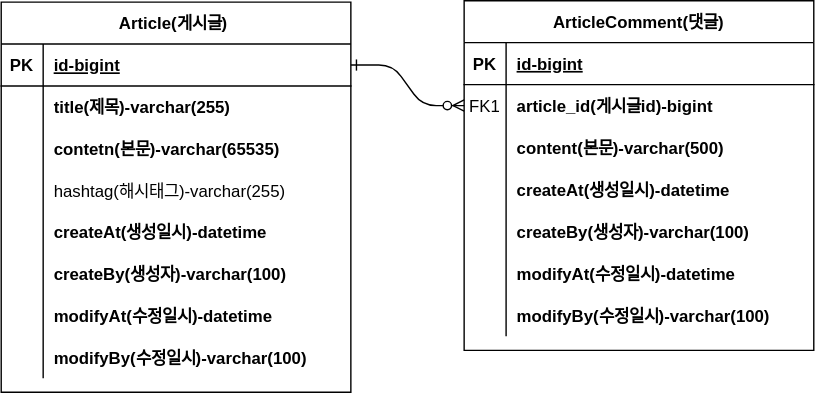
Earlier version of the draw.io export ERD.drawio.svg (pjw0808/board). Source tidied: cells renumbered, new cells last; positions are measured from the earlier drawing's top-left corner, leaving out a move shared by most shapes.
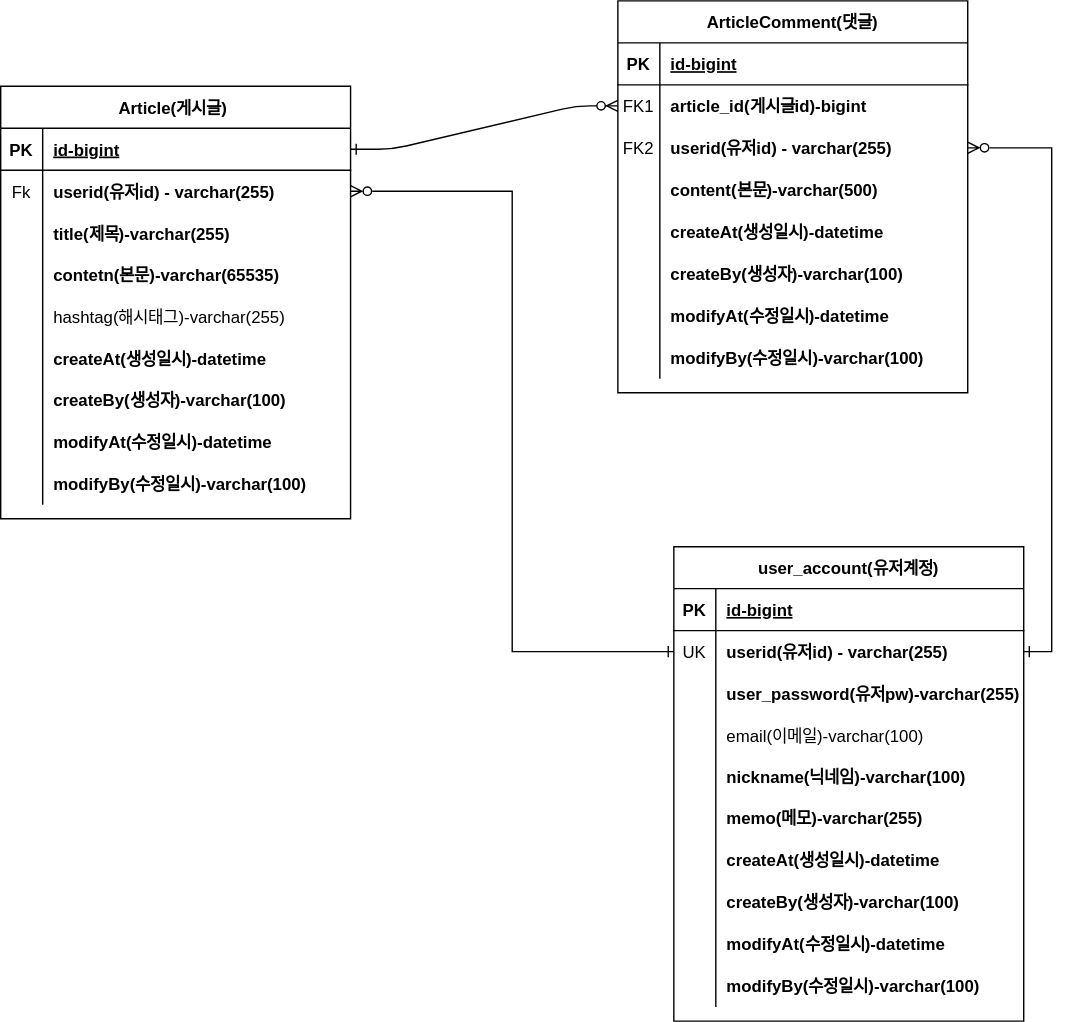
Later version of the same file.

Change to the diagram source:
```diff
@@ -6,7 +6,7 @@
       <mxGeometry relative="1" as="geometry" />
     </mxCell>
     <mxCell id="3" value="ArticleComment(댓글)" style="shape=table;startSize=30;rowLines=0;fontStyle=1;align=center;" parent="1" vertex="1">
-      <mxGeometry x="331" width="250" height="250" as="geometry" />
+      <mxGeometry x="441" y="-60" width="250" height="280" as="geometry" />
     </mxCell>
     <mxCell id="4" style="shape=partialRectangle;fillColor=none;top=0;left=0;right=0;bottom=1;" parent="3" vertex="1">
       <mxGeometry y="30" width="250" height="30" as="geometry" />
@@ -26,8 +26,17 @@
     <mxCell id="9" value="article_id(게시글id)-bigint" style="shape=partialRectangle;overflow=hidden;fillColor=none;top=0;left=0;bottom=0;right=0;align=left;spacingLeft=6;fontStyle=1;" parent="7" vertex="1">
       <mxGeometry x="30" width="220" height="30" as="geometry" />
     </mxCell>
+    <mxCell id="50" style="shape=partialRectangle;fillColor=none;points=[[0,0.5],[1,0.5]];portConstraint=eastwest;top=0;left=0;right=0;bottom=0;" parent="3" vertex="1">
+      <mxGeometry y="90" width="250" height="30" as="geometry" />
+    </mxCell>
+    <mxCell id="51" value="FK2" style="shape=partialRectangle;overflow=hidden;fillColor=none;top=0;left=0;bottom=0;right=0;" parent="50" vertex="1">
+      <mxGeometry width="30" height="30" as="geometry" />
+    </mxCell>
+    <mxCell id="52" value="userid(유저id) - varchar(255)" style="shape=partialRectangle;overflow=hidden;fillColor=none;top=0;left=0;bottom=0;right=0;align=left;spacingLeft=6;fontStyle=1;" parent="50" vertex="1">
+      <mxGeometry x="30" width="220" height="30" as="geometry" />
+    </mxCell>
     <mxCell id="10" style="shape=partialRectangle;fillColor=none;top=0;left=0;right=0;bottom=0;" parent="3" vertex="1">
-      <mxGeometry y="90" width="250" height="30" as="geometry" />
+      <mxGeometry y="120" width="250" height="30" as="geometry" />
     </mxCell>
     <mxCell id="11" style="shape=partialRectangle;overflow=hidden;fillColor=none;top=0;left=0;bottom=0;right=0;" parent="10" vertex="1">
       <mxGeometry width="30" height="30" as="geometry" />
@@ -36,7 +45,7 @@
       <mxGeometry x="30" width="220" height="30" as="geometry" />
     </mxCell>
     <mxCell id="13" style="shape=partialRectangle;fillColor=none;top=0;left=0;right=0;bottom=0;" parent="3" vertex="1">
-      <mxGeometry y="120" width="250" height="30" as="geometry" />
+      <mxGeometry y="150" width="250" height="30" as="geometry" />
     </mxCell>
     <mxCell id="14" style="shape=partialRectangle;overflow=hidden;fillColor=none;top=0;left=0;bottom=0;right=0;" parent="13" vertex="1">
       <mxGeometry width="30" height="30" as="geometry" />
@@ -45,7 +54,7 @@
       <mxGeometry x="30" width="220" height="30" as="geometry" />
     </mxCell>
     <mxCell id="16" style="shape=partialRectangle;fillColor=none;top=0;left=0;right=0;bottom=0;" parent="3" vertex="1">
-      <mxGeometry y="150" width="250" height="30" as="geometry" />
+      <mxGeometry y="180" width="250" height="30" as="geometry" />
     </mxCell>
     <mxCell id="17" style="shape=partialRectangle;overflow=hidden;fillColor=none;top=0;left=0;bottom=0;right=0;" parent="16" vertex="1">
       <mxGeometry width="30" height="30" as="geometry" />
@@ -54,7 +63,7 @@
       <mxGeometry x="30" width="220" height="30" as="geometry" />
     </mxCell>
     <mxCell id="19" style="shape=partialRectangle;fillColor=none;top=0;left=0;right=0;bottom=0;" parent="3" vertex="1">
-      <mxGeometry y="180" width="250" height="30" as="geometry" />
+      <mxGeometry y="210" width="250" height="30" as="geometry" />
     </mxCell>
     <mxCell id="20" style="shape=partialRectangle;overflow=hidden;fillColor=none;top=0;left=0;bottom=0;right=0;" parent="19" vertex="1">
       <mxGeometry width="30" height="30" as="geometry" />
@@ -63,7 +72,7 @@
       <mxGeometry x="30" width="220" height="30" as="geometry" />
     </mxCell>
     <mxCell id="22" style="shape=partialRectangle;fillColor=none;top=0;left=0;right=0;bottom=0;" parent="3" vertex="1">
-      <mxGeometry y="210" width="250" height="30" as="geometry" />
+      <mxGeometry y="240" width="250" height="30" as="geometry" />
     </mxCell>
     <mxCell id="23" style="shape=partialRectangle;overflow=hidden;fillColor=none;top=0;left=0;bottom=0;right=0;" parent="22" vertex="1">
       <mxGeometry width="30" height="30" as="geometry" />
@@ -72,7 +81,7 @@
       <mxGeometry x="30" width="220" height="30" as="geometry" />
     </mxCell>
     <mxCell id="25" value="Article(게시글) " style="shape=table;startSize=30;rowLines=0;fontStyle=1;align=center;" parent="1" vertex="1">
-      <mxGeometry y="1" width="250" height="279" as="geometry" />
+      <mxGeometry y="1" width="250" height="309" as="geometry" />
     </mxCell>
     <mxCell id="26" style="shape=partialRectangle;fillColor=none;points=[[0,0.5],[1,0.5]];portConstraint=eastwest;top=0;left=0;right=0;bottom=1;" parent="25" vertex="1">
       <mxGeometry y="30" width="250" height="30" as="geometry" />
@@ -86,14 +95,23 @@
     <mxCell id="29" style="shape=partialRectangle;fillColor=none;points=[[0,0.5],[1,0.5]];portConstraint=eastwest;top=0;left=0;right=0;bottom=0;" parent="25" vertex="1">
       <mxGeometry y="60" width="250" height="30" as="geometry" />
     </mxCell>
-    <mxCell id="30" style="shape=partialRectangle;overflow=hidden;fillColor=none;top=0;left=0;bottom=0;right=0;" parent="29" vertex="1">
+    <mxCell id="30" value="Fk" style="shape=partialRectangle;overflow=hidden;fillColor=none;top=0;left=0;bottom=0;right=0;" parent="29" vertex="1">
       <mxGeometry width="30" height="30" as="geometry" />
     </mxCell>
-    <mxCell id="31" value="title(제목)-varchar(255)" style="shape=partialRectangle;overflow=hidden;fillColor=none;top=0;left=0;bottom=0;right=0;align=left;spacingLeft=6;fontStyle=1;" parent="29" vertex="1">
+    <mxCell id="31" value="userid(유저id) - varchar(255)" style="shape=partialRectangle;overflow=hidden;fillColor=none;top=0;left=0;bottom=0;right=0;align=left;spacingLeft=6;fontStyle=1;" parent="29" vertex="1">
       <mxGeometry x="30" width="220" height="30" as="geometry" />
     </mxCell>
+    <mxCell id="53" style="shape=partialRectangle;fillColor=none;top=0;left=0;right=0;bottom=0;" parent="25" vertex="1">
+      <mxGeometry y="90" width="250" height="30" as="geometry" />
+    </mxCell>
+    <mxCell id="54" style="shape=partialRectangle;overflow=hidden;fillColor=none;top=0;left=0;bottom=0;right=0;" parent="53" vertex="1">
+      <mxGeometry width="30" height="30" as="geometry" />
+    </mxCell>
+    <mxCell id="55" value="title(제목)-varchar(255)" style="shape=partialRectangle;overflow=hidden;fillColor=none;top=0;left=0;bottom=0;right=0;align=left;spacingLeft=6;fontStyle=1;" parent="53" vertex="1">
+      <mxGeometry x="30" width="220" height="30" as="geometry" />
+    </mxCell>
     <mxCell id="32" style="shape=partialRectangle;fillColor=none;top=0;left=0;right=0;bottom=0;" parent="25" vertex="1">
-      <mxGeometry y="90" width="250" height="30" as="geometry" />
+      <mxGeometry y="120" width="250" height="30" as="geometry" />
     </mxCell>
     <mxCell id="33" style="shape=partialRectangle;overflow=hidden;fillColor=none;top=0;left=0;bottom=0;right=0;" parent="32" vertex="1">
       <mxGeometry width="30" height="30" as="geometry" />
@@ -102,7 +120,7 @@
       <mxGeometry x="30" width="220" height="30" as="geometry" />
     </mxCell>
     <mxCell id="35" style="shape=partialRectangle;fillColor=none;top=0;left=0;right=0;bottom=0;" parent="25" vertex="1">
-      <mxGeometry y="120" width="250" height="30" as="geometry" />
+      <mxGeometry y="150" width="250" height="30" as="geometry" />
     </mxCell>
     <mxCell id="36" style="shape=partialRectangle;overflow=hidden;fillColor=none;top=0;left=0;bottom=0;right=0;" parent="35" vertex="1">
       <mxGeometry width="30" height="30" as="geometry" />
@@ -111,7 +129,7 @@
       <mxGeometry x="30" width="220" height="30" as="geometry" />
     </mxCell>
     <mxCell id="38" style="shape=partialRectangle;fillColor=none;top=0;left=0;right=0;bottom=0;" parent="25" vertex="1">
-      <mxGeometry y="150" width="250" height="29" as="geometry" />
+      <mxGeometry y="180" width="250" height="29" as="geometry" />
     </mxCell>
     <mxCell id="39" style="shape=partialRectangle;overflow=hidden;fillColor=none;top=0;left=0;bottom=0;right=0;" parent="38" vertex="1">
       <mxGeometry width="30" height="29" as="geometry" />
@@ -120,7 +138,7 @@
       <mxGeometry x="30" width="220" height="29" as="geometry" />
     </mxCell>
     <mxCell id="41" style="shape=partialRectangle;fillColor=none;top=0;left=0;right=0;bottom=0;" parent="25" vertex="1">
-      <mxGeometry y="179" width="250" height="30" as="geometry" />
+      <mxGeometry y="209" width="250" height="30" as="geometry" />
     </mxCell>
     <mxCell id="42" style="shape=partialRectangle;overflow=hidden;fillColor=none;top=0;left=0;bottom=0;right=0;" parent="41" vertex="1">
       <mxGeometry width="30" height="30" as="geometry" />
@@ -129,7 +147,7 @@
       <mxGeometry x="30" width="220" height="30" as="geometry" />
     </mxCell>
     <mxCell id="44" style="shape=partialRectangle;fillColor=none;top=0;left=0;right=0;bottom=0;" parent="25" vertex="1">
-      <mxGeometry y="209" width="250" height="30" as="geometry" />
+      <mxGeometry y="239" width="250" height="30" as="geometry" />
     </mxCell>
     <mxCell id="45" style="shape=partialRectangle;overflow=hidden;fillColor=none;top=0;left=0;bottom=0;right=0;" parent="44" vertex="1">
       <mxGeometry width="30" height="30" as="geometry" />
@@ -138,7 +156,7 @@
       <mxGeometry x="30" width="220" height="30" as="geometry" />
     </mxCell>
     <mxCell id="47" style="shape=partialRectangle;fillColor=none;top=0;left=0;right=0;bottom=0;" parent="25" vertex="1">
-      <mxGeometry y="239" width="250" height="30" as="geometry" />
+      <mxGeometry y="269" width="250" height="30" as="geometry" />
     </mxCell>
     <mxCell id="48" style="shape=partialRectangle;overflow=hidden;fillColor=none;top=0;left=0;bottom=0;right=0;" parent="47" vertex="1">
       <mxGeometry width="30" height="30" as="geometry" />
@@ -146,5 +164,104 @@
     <mxCell id="49" value="modifyBy(수정일시)-varchar(100)" style="shape=partialRectangle;overflow=hidden;fillColor=none;top=0;left=0;bottom=0;right=0;align=left;spacingLeft=6;fontStyle=1;" parent="47" vertex="1">
       <mxGeometry x="30" width="220" height="30" as="geometry" />
     </mxCell>
+    <mxCell id="56" value="user_account(유저계정)" style="shape=table;startSize=30;rowLines=0;fontStyle=1;align=center;" parent="1" vertex="1">
+      <mxGeometry x="481" y="330" width="250" height="339" as="geometry" />
+    </mxCell>
+    <mxCell id="57" style="shape=partialRectangle;fillColor=none;top=0;left=0;right=0;bottom=1;" parent="56" vertex="1">
+      <mxGeometry y="30" width="250" height="30" as="geometry" />
+    </mxCell>
+    <mxCell id="58" value="PK" style="shape=partialRectangle;overflow=hidden;fillColor=none;top=0;left=0;bottom=0;right=0;fontStyle=1;" parent="57" vertex="1">
+      <mxGeometry width="30" height="30" as="geometry" />
+    </mxCell>
+    <mxCell id="59" value="id-bigint" style="shape=partialRectangle;overflow=hidden;fillColor=none;top=0;left=0;bottom=0;right=0;align=left;spacingLeft=6;fontStyle=5;" parent="57" vertex="1">
+      <mxGeometry x="30" width="220" height="30" as="geometry" />
+    </mxCell>
+    <mxCell id="60" style="shape=partialRectangle;fillColor=none;points=[[0,0.5],[1,0.5]];portConstraint=eastwest;top=0;left=0;right=0;bottom=0;" parent="56" vertex="1">
+      <mxGeometry y="60" width="250" height="30" as="geometry" />
+    </mxCell>
+    <mxCell id="61" value="UK" style="shape=partialRectangle;overflow=hidden;fillColor=none;top=0;left=0;bottom=0;right=0;" parent="60" vertex="1">
+      <mxGeometry width="30" height="30" as="geometry" />
+    </mxCell>
+    <mxCell id="62" value="userid(유저id) - varchar(255)" style="shape=partialRectangle;overflow=hidden;fillColor=none;top=0;left=0;bottom=0;right=0;align=left;spacingLeft=6;fontStyle=1;" parent="60" vertex="1">
+      <mxGeometry x="30" width="220" height="30" as="geometry" />
+    </mxCell>
+    <mxCell id="63" style="shape=partialRectangle;fillColor=none;top=0;left=0;right=0;bottom=0;" parent="56" vertex="1">
+      <mxGeometry y="90" width="250" height="30" as="geometry" />
+    </mxCell>
+    <mxCell id="64" style="shape=partialRectangle;overflow=hidden;fillColor=none;top=0;left=0;bottom=0;right=0;" parent="63" vertex="1">
+      <mxGeometry width="30" height="30" as="geometry" />
+    </mxCell>
+    <mxCell id="65" value="user_password(유저pw)-varchar(255)" style="shape=partialRectangle;overflow=hidden;fillColor=none;top=0;left=0;bottom=0;right=0;align=left;spacingLeft=6;fontStyle=1;" parent="63" vertex="1">
+      <mxGeometry x="30" width="220" height="30" as="geometry" />
+    </mxCell>
+    <mxCell id="66" style="shape=partialRectangle;fillColor=none;top=0;left=0;right=0;bottom=0;" parent="56" vertex="1">
+      <mxGeometry y="120" width="250" height="30" as="geometry" />
+    </mxCell>
+    <mxCell id="67" style="shape=partialRectangle;overflow=hidden;fillColor=none;top=0;left=0;bottom=0;right=0;" parent="66" vertex="1">
+      <mxGeometry width="30" height="30" as="geometry" />
+    </mxCell>
+    <mxCell id="68" value="email(이메일)-varchar(100)" style="shape=partialRectangle;overflow=hidden;fillColor=none;top=0;left=0;bottom=0;right=0;align=left;spacingLeft=6;" parent="66" vertex="1">
+      <mxGeometry x="30" width="220" height="30" as="geometry" />
+    </mxCell>
+    <mxCell id="69" style="shape=partialRectangle;fillColor=none;top=0;left=0;right=0;bottom=0;" parent="56" vertex="1">
+      <mxGeometry y="150" width="250" height="29" as="geometry" />
+    </mxCell>
+    <mxCell id="70" style="shape=partialRectangle;overflow=hidden;fillColor=none;top=0;left=0;bottom=0;right=0;" parent="69" vertex="1">
+      <mxGeometry width="30" height="29" as="geometry" />
+    </mxCell>
+    <mxCell id="71" value="nickname(닉네임)-varchar(100)" style="shape=partialRectangle;overflow=hidden;fillColor=none;top=0;left=0;bottom=0;right=0;align=left;spacingLeft=6;fontStyle=1;" parent="69" vertex="1">
+      <mxGeometry x="30" width="220" height="29" as="geometry" />
+    </mxCell>
+    <mxCell id="72" style="shape=partialRectangle;fillColor=none;top=0;left=0;right=0;bottom=0;" parent="56" vertex="1">
+      <mxGeometry y="179" width="250" height="30" as="geometry" />
+    </mxCell>
+    <mxCell id="73" style="shape=partialRectangle;overflow=hidden;fillColor=none;top=0;left=0;bottom=0;right=0;" parent="72" vertex="1">
+      <mxGeometry width="30" height="30" as="geometry" />
+    </mxCell>
+    <mxCell id="74" value="memo(메모)-varchar(255)" style="shape=partialRectangle;overflow=hidden;fillColor=none;top=0;left=0;bottom=0;right=0;align=left;spacingLeft=6;fontStyle=1;" parent="72" vertex="1">
+      <mxGeometry x="30" width="220" height="30" as="geometry" />
+    </mxCell>
+    <mxCell id="75" style="shape=partialRectangle;fillColor=none;top=0;left=0;right=0;bottom=0;" parent="56" vertex="1">
+      <mxGeometry y="209" width="250" height="30" as="geometry" />
+    </mxCell>
+    <mxCell id="76" style="shape=partialRectangle;overflow=hidden;fillColor=none;top=0;left=0;bottom=0;right=0;" parent="75" vertex="1">
+      <mxGeometry width="30" height="30" as="geometry" />
+    </mxCell>
+    <mxCell id="77" value="createAt(생성일시)-datetime" style="shape=partialRectangle;overflow=hidden;fillColor=none;top=0;left=0;bottom=0;right=0;align=left;spacingLeft=6;fontStyle=1;" parent="75" vertex="1">
+      <mxGeometry x="30" width="220" height="30" as="geometry" />
+    </mxCell>
+    <mxCell id="78" style="shape=partialRectangle;fillColor=none;top=0;left=0;right=0;bottom=0;" parent="56" vertex="1">
+      <mxGeometry y="239" width="250" height="30" as="geometry" />
+    </mxCell>
+    <mxCell id="79" style="shape=partialRectangle;overflow=hidden;fillColor=none;top=0;left=0;bottom=0;right=0;" parent="78" vertex="1">
+      <mxGeometry width="30" height="30" as="geometry" />
+    </mxCell>
+    <mxCell id="80" value="createBy(생성자)-varchar(100)" style="shape=partialRectangle;overflow=hidden;fillColor=none;top=0;left=0;bottom=0;right=0;align=left;spacingLeft=6;fontStyle=1;" parent="78" vertex="1">
+      <mxGeometry x="30" width="220" height="30" as="geometry" />
+    </mxCell>
+    <mxCell id="81" style="shape=partialRectangle;fillColor=none;top=0;left=0;right=0;bottom=0;" parent="56" vertex="1">
+      <mxGeometry y="269" width="250" height="30" as="geometry" />
+    </mxCell>
+    <mxCell id="82" style="shape=partialRectangle;overflow=hidden;fillColor=none;top=0;left=0;bottom=0;right=0;" parent="81" vertex="1">
+      <mxGeometry width="30" height="30" as="geometry" />
+    </mxCell>
+    <mxCell id="83" value="modifyAt(수정일시)-datetime" style="shape=partialRectangle;overflow=hidden;fillColor=none;top=0;left=0;bottom=0;right=0;align=left;spacingLeft=6;fontStyle=1;" parent="81" vertex="1">
+      <mxGeometry x="30" width="220" height="30" as="geometry" />
+    </mxCell>
+    <mxCell id="84" style="shape=partialRectangle;fillColor=none;top=0;left=0;right=0;bottom=0;" parent="56" vertex="1">
+      <mxGeometry y="299" width="250" height="30" as="geometry" />
+    </mxCell>
+    <mxCell id="85" style="shape=partialRectangle;overflow=hidden;fillColor=none;top=0;left=0;bottom=0;right=0;" parent="84" vertex="1">
+      <mxGeometry width="30" height="30" as="geometry" />
+    </mxCell>
+    <mxCell id="86" value="modifyBy(수정일시)-varchar(100)" style="shape=partialRectangle;overflow=hidden;fillColor=none;top=0;left=0;bottom=0;right=0;align=left;spacingLeft=6;fontStyle=1;" parent="84" vertex="1">
+      <mxGeometry x="30" width="220" height="30" as="geometry" />
+    </mxCell>
+    <mxCell id="87" style="edgeStyle=orthogonalEdgeStyle;rounded=0;jettySize=auto;html=1;exitX=1;exitY=0.5;exitDx=0;exitDy=0;entryX=0;entryY=0.5;entryDx=0;entryDy=0;entryPerimeter=0;startArrow=ERzeroToMany;startFill=0;endArrow=ERone;endFill=0;" parent="1" edge="1" source="29" target="60">
+      <mxGeometry relative="1" as="geometry" />
+    </mxCell>
+    <mxCell id="88" style="edgeStyle=orthogonalEdgeStyle;rounded=0;jettySize=auto;html=1;exitX=1;exitY=0.5;exitDx=0;exitDy=0;entryX=1;entryY=0.5;entryDx=0;entryDy=0;endArrow=ERone;endFill=0;startArrow=ERzeroToMany;startFill=0;" parent="1" edge="1" source="50" target="60">
+      <mxGeometry relative="1" as="geometry" />
+    </mxCell>
   </root>
 </mxGraphModel>
```
